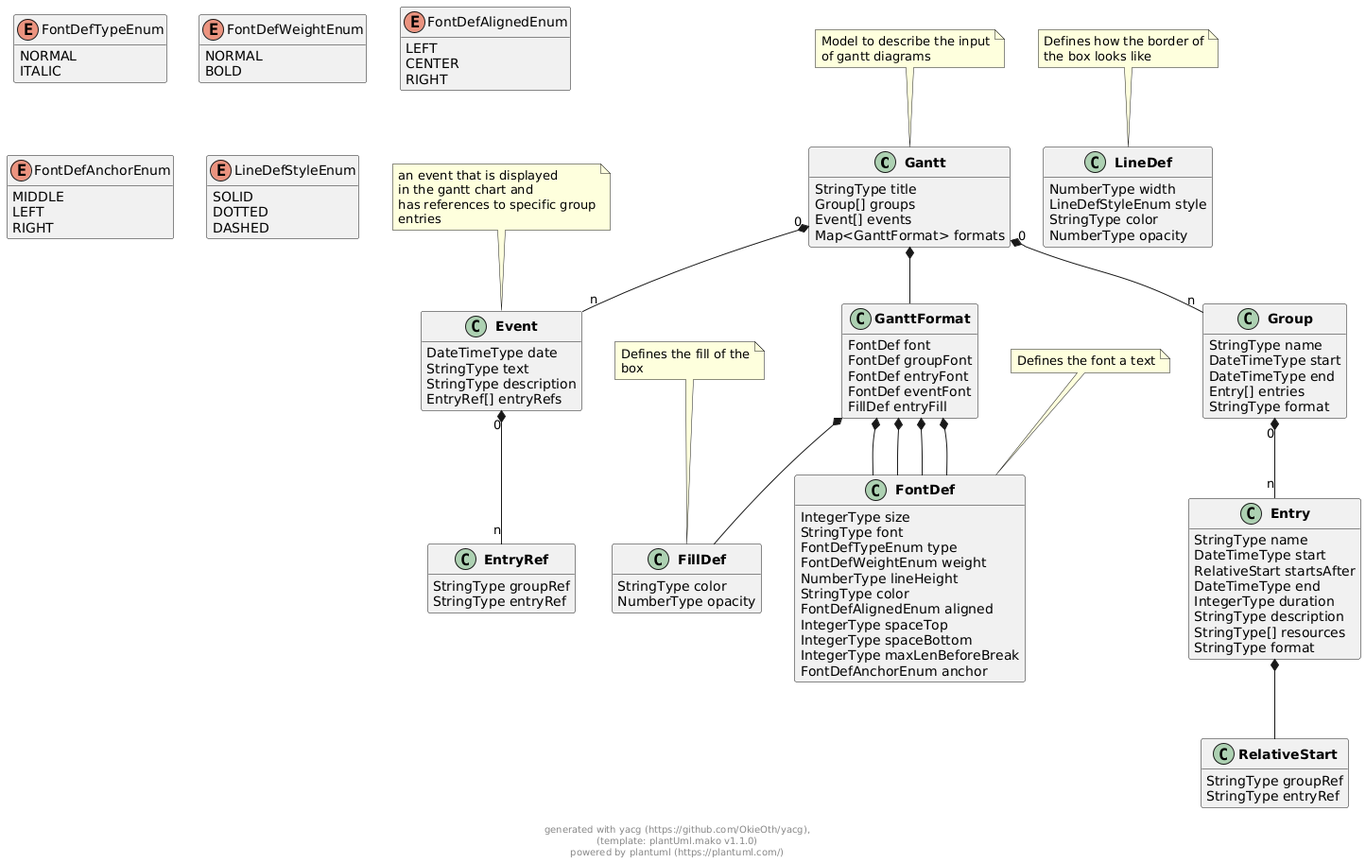
This is docs/models/png/gantt.png from OkieOth/draw.chart.things, a PlantUML export, as it was before one commit.
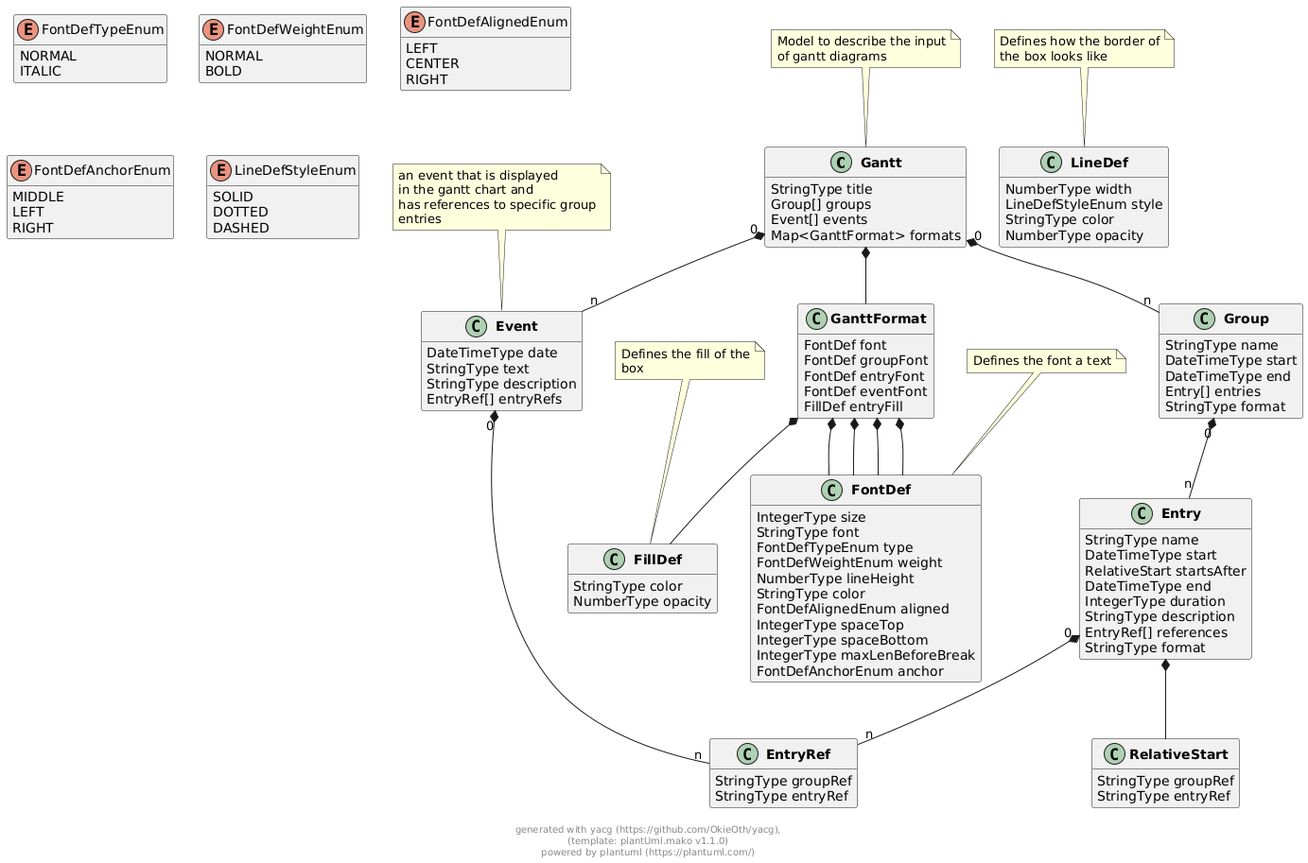
After the change.

Commit message:
add references to gantt entries

The edit, as a diff of the source:
```diff
@@ -51,7 +51,7 @@
         DateTimeType end
         IntegerType duration
         StringType description
-        StringType[] resources
+        EntryRef[] references
         StringType format
 }
 
@@ -176,6 +176,7 @@
 
 
 
+Entry "0" *-- "n" EntryRef
 
 
 
```
